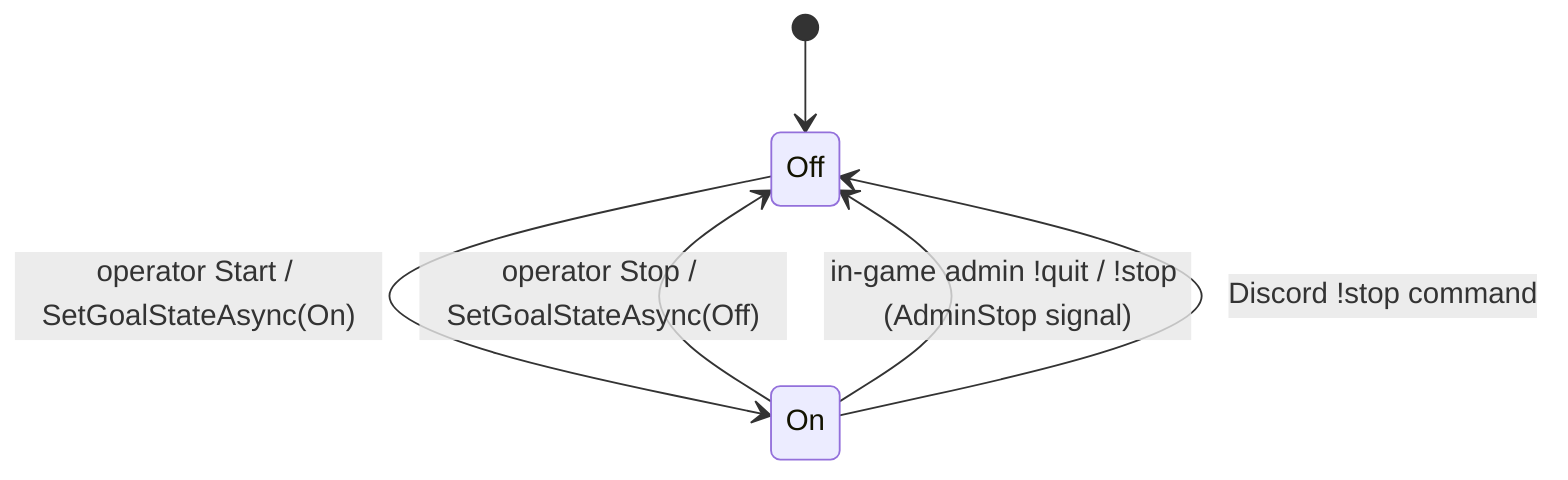
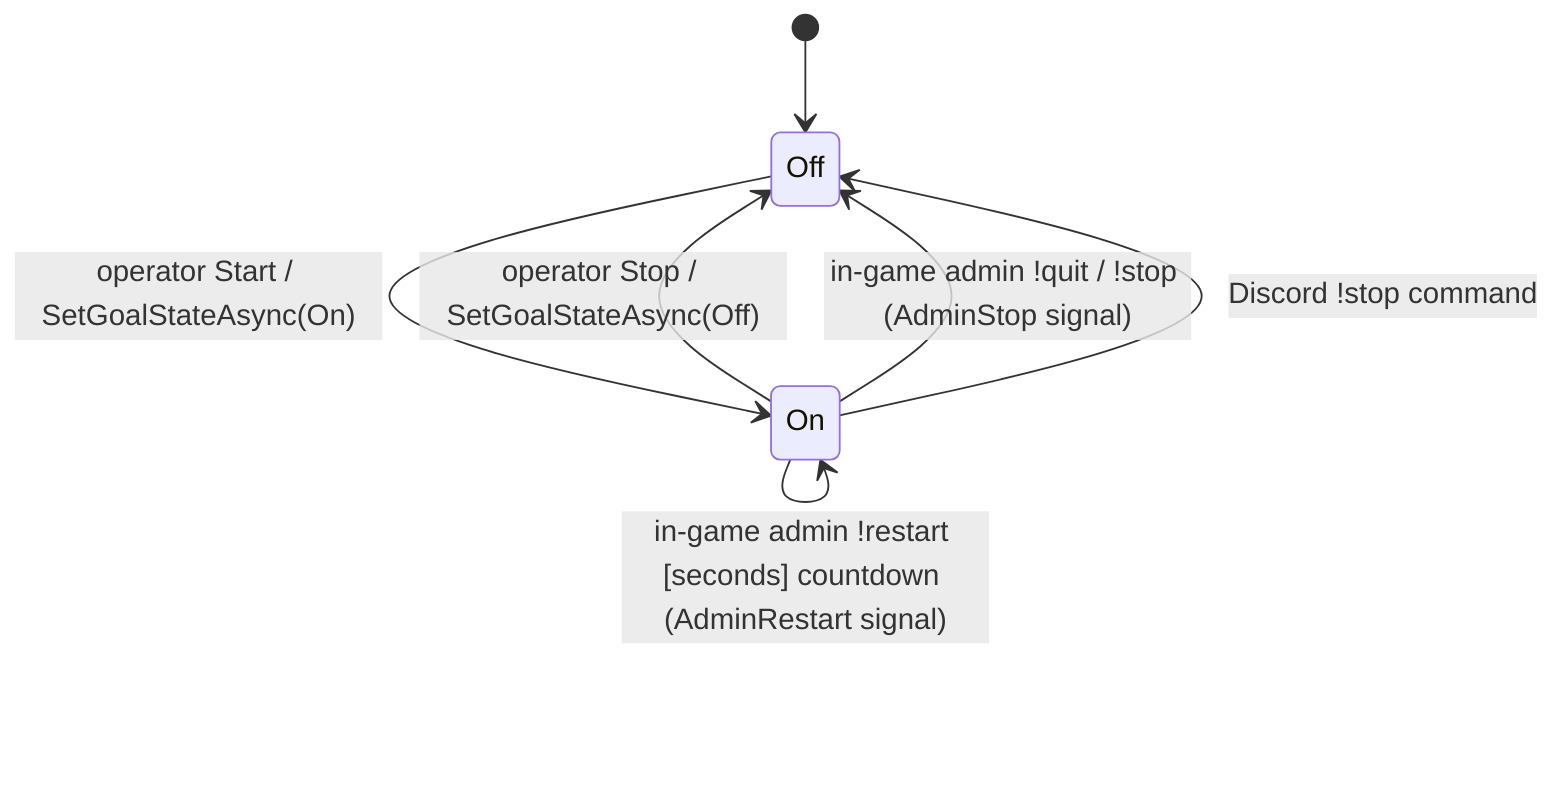
stateDiagram-v2
    [*] --> Off
    Off --> On: operator Start / SetGoalStateAsync(On)
    On --> Off: operator Stop / SetGoalStateAsync(Off)
    On --> Off: in-game admin !quit / !stop (AdminStop signal)
+     On --> On: in-game admin !restart [seconds] countdown (AdminRestart signal)
    On --> Off: Discord !stop command
